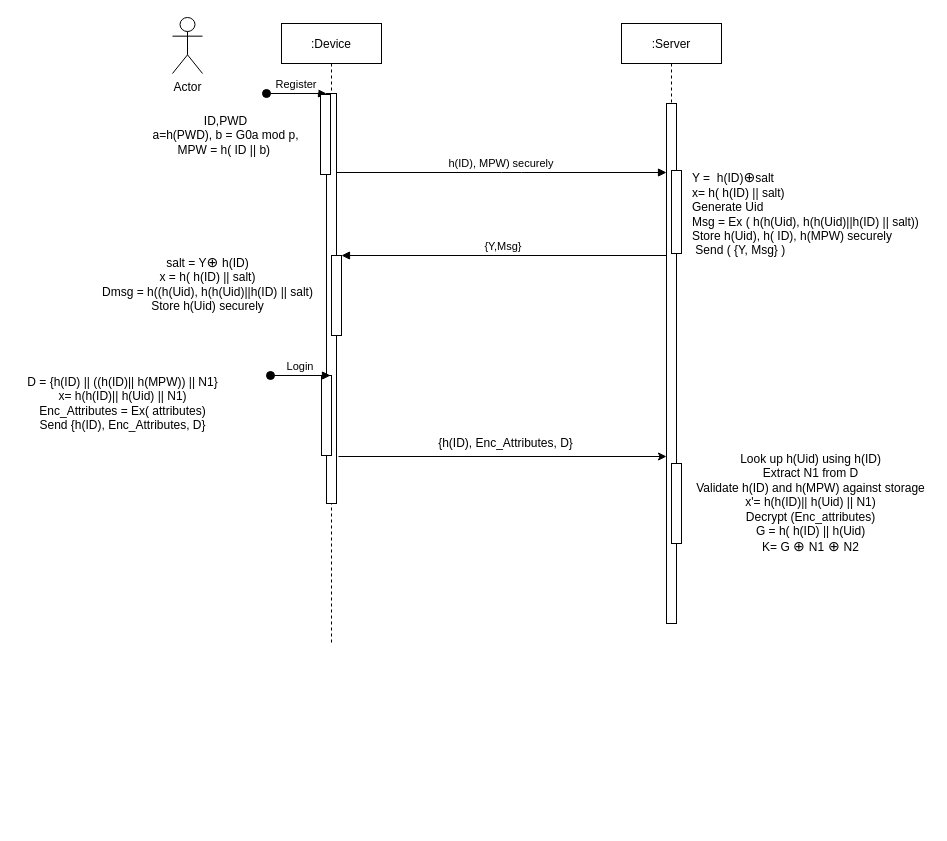
Above: Sequence_Diagram.drawio in vivinkrishnan/drawio (draw.io), before the change. Source tidied: cells renumbered, new cells numbered last; positions are measured from the earlier drawing's top-left corner, leaving out a move shared by most shapes. Both pictures are drawn from the tidied source at 100%, with x=0, y=0 at pixel (17, 17).
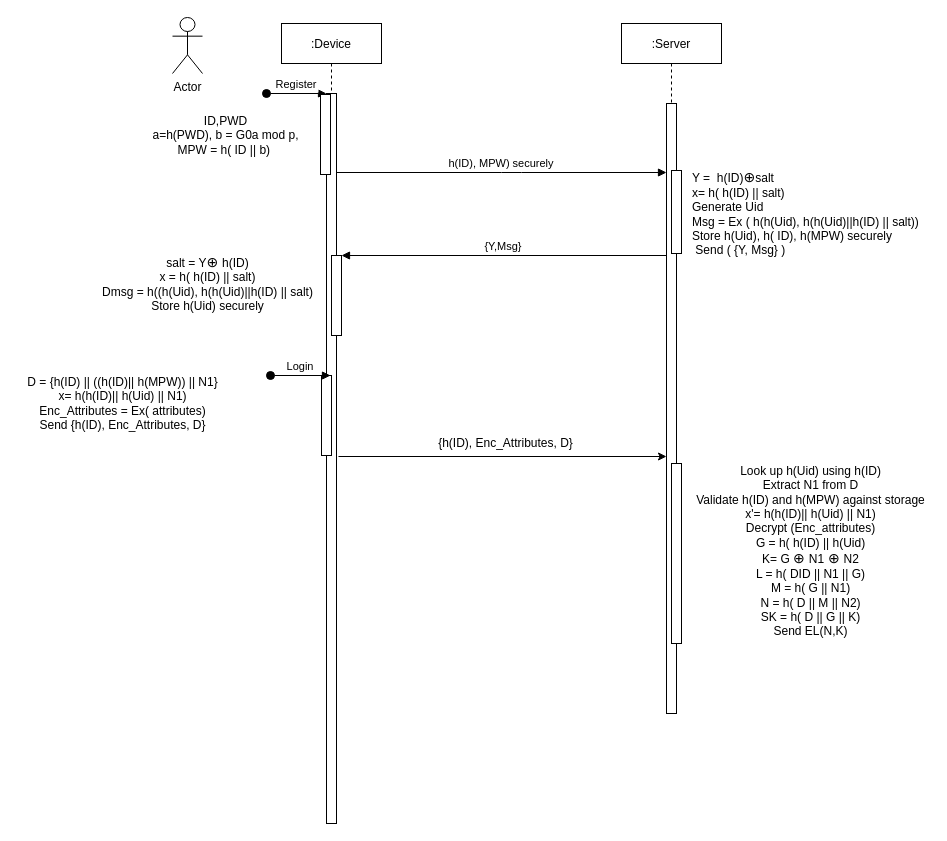
After the change.

Change to the diagram source:
```diff
@@
     <mxCell id="2" value=":Device" style="shape=umlLifeline;perimeter=lifelinePerimeter;rounded=0;shadow=0;strokeWidth=1;" parent="1" vertex="1">
-      <mxGeometry x="264" y="6" width="100" height="620" as="geometry" />
+      <mxGeometry x="264" y="6" width="100" height="800" as="geometry" />
     </mxCell>
     <mxCell id="3" style="points=[];perimeter=orthogonalPerimeter;rounded=0;shadow=0;strokeWidth=1;" parent="2" vertex="1">
-      <mxGeometry x="45" y="70" width="10" height="410" as="geometry" />
+      <mxGeometry x="45" y="70" width="10" height="730" as="geometry" />
     </mxCell>
@@
     <mxCell id="9" value=":Server" style="shape=umlLifeline;perimeter=lifelinePerimeter;rounded=0;shadow=0;strokeWidth=1;" parent="1" vertex="1">
-      <mxGeometry x="604" y="6" width="100" height="600" as="geometry" />
+      <mxGeometry x="604" y="6" width="100" height="690" as="geometry" />
     </mxCell>
     <mxCell id="10" style="perimeter=orthogonalPerimeter;rounded=0;shadow=0;strokeWidth=1;" parent="9" vertex="1">
-      <mxGeometry x="45" y="80" width="10" height="520" as="geometry" />
+      <mxGeometry x="45" y="80" width="10" height="610" as="geometry" />
     </mxCell>
@@
     <mxCell id="12" style="html=1;perimeter=orthogonalPerimeter;fontFamily=Helvetica;fontSize=12;fontColor=#000000;" parent="9" vertex="1">
-      <mxGeometry x="50" y="440" width="10" height="80" as="geometry" />
+      <mxGeometry x="50" y="440" width="10" height="180" as="geometry" />
     </mxCell>
@@
-    <mxCell id="22" value="Look up h(Uid) using h(ID)&lt;br&gt;Extract N1 from D&lt;br&gt;Validate h(ID) and h(MPW) against storage&lt;br&gt;x'= h(h(ID)|| h(Uid) || N1)&lt;br&gt;Decrypt (Enc_attributes)&lt;br&gt;G = h( h(ID) || h(Uid)&lt;br&gt;K= G&amp;nbsp;&lt;span style=&quot;font-size: 14px ; text-align: left ; background-color: rgb(255 , 255 , 255)&quot;&gt;⊕ &lt;/span&gt;&lt;span style=&quot;text-align: left ; background-color: rgb(255 , 255 , 255)&quot;&gt;&lt;font style=&quot;font-size: 12px&quot;&gt;N1&lt;/font&gt;&lt;/span&gt;&lt;span style=&quot;font-size: 14px ; text-align: left ; background-color: rgb(255 , 255 , 255)&quot;&gt;&amp;nbsp;&lt;/span&gt;&lt;span style=&quot;font-size: 14px ; text-align: left ; background-color: rgb(255 , 255 , 255)&quot;&gt;⊕ &lt;/span&gt;&lt;span style=&quot;text-align: left ; background-color: rgb(255 , 255 , 255)&quot;&gt;&lt;font style=&quot;font-size: 12px&quot;&gt;N2&lt;/font&gt;&lt;/span&gt;" style="text;html=1;align=center;verticalAlign=middle;strokeColor=none;fillColor=none;fontSize=12;fontFamily=Helvetica;fontColor=#000000;" parent="1" vertex="1">
-      <mxGeometry x="673" y="436" width="240" height="100" as="geometry" />
+    <mxCell id="22" value="Look up h(Uid) using h(ID)&lt;br&gt;Extract N1 from D&lt;br&gt;Validate h(ID) and h(MPW) against storage&lt;br&gt;x'= h(h(ID)|| h(Uid) || N1)&lt;br&gt;Decrypt (Enc_attributes)&lt;br&gt;G = h( h(ID) || h(Uid)&lt;br&gt;K= G&amp;nbsp;&lt;span style=&quot;font-size: 14px ; text-align: left ; background-color: rgb(255 , 255 , 255)&quot;&gt;⊕ &lt;/span&gt;&lt;span style=&quot;text-align: left ; background-color: rgb(255 , 255 , 255)&quot;&gt;&lt;font style=&quot;font-size: 12px&quot;&gt;N1&lt;/font&gt;&lt;/span&gt;&lt;span style=&quot;font-size: 14px ; text-align: left ; background-color: rgb(255 , 255 , 255)&quot;&gt;&amp;nbsp;&lt;/span&gt;&lt;span style=&quot;font-size: 14px ; text-align: left ; background-color: rgb(255 , 255 , 255)&quot;&gt;⊕ &lt;/span&gt;&lt;span style=&quot;text-align: left ; background-color: rgb(255 , 255 , 255)&quot;&gt;&lt;font style=&quot;font-size: 12px&quot;&gt;N2&lt;br&gt;L = h( DID || N1 || G)&lt;br&gt;M = h( G || N1)&lt;br&gt;N = h( D || M || N2)&lt;br&gt;SK = h( D || G || K)&lt;br&gt;Send EL(N,K)&lt;br&gt;&lt;br&gt;&lt;/font&gt;&lt;/span&gt;" style="text;html=1;align=center;verticalAlign=middle;strokeColor=none;fillColor=none;fontSize=12;fontFamily=Helvetica;fontColor=#000000;" parent="1" vertex="1">
+      <mxGeometry x="673" y="446" width="240" height="190" as="geometry" />
     </mxCell>
```
